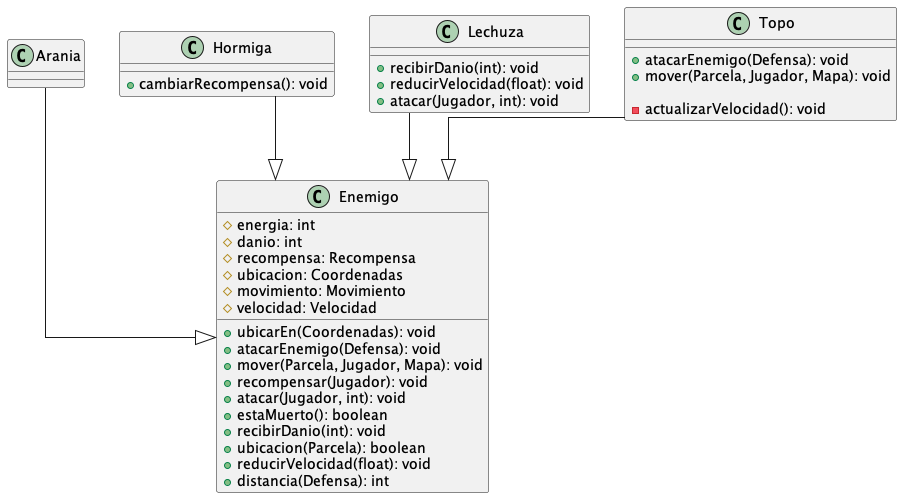
This is diagrams/classes/enemigo.png from franzimbi/algo3_tp2, a PlantUML export, as it was before one commit. The source it was exported from:
```plantuml
@startuml
top to bottom direction
skinparam linetype ortho

class Arania {
}
class Enemigo {
  # energia: int
  # danio: int
  # recompensa: Recompensa
  # ubicacion: Coordenadas
  # movimiento: Movimiento
  # velocidad: Velocidad

  + ubicarEn(Coordenadas): void
  + atacarEnemigo(Defensa): void
  + mover(Parcela, Jugador, Mapa): void
  + recompensar(Jugador): void
  + atacar(Jugador, int): void
  + estaMuerto(): boolean
  + recibirDanio(int): void
  + ubicacion(Parcela): boolean
  + reducirVelocidad(float): void
  + distancia(Defensa): int
}
class Hormiga {
  + cambiarRecompensa(): void
}
class Lechuza {
  + recibirDanio(int): void
  + reducirVelocidad(float): void
  + atacar(Jugador, int): void
}
class Topo {
  + atacarEnemigo(Defensa): void
  + mover(Parcela, Jugador, Mapa): void

  - actualizarVelocidad(): void
}

Arania   --|>  Enemigo
Hormiga  --|>  Enemigo
Lechuza  --|>  Enemigo
Topo     --|>  Enemigo
@enduml
```
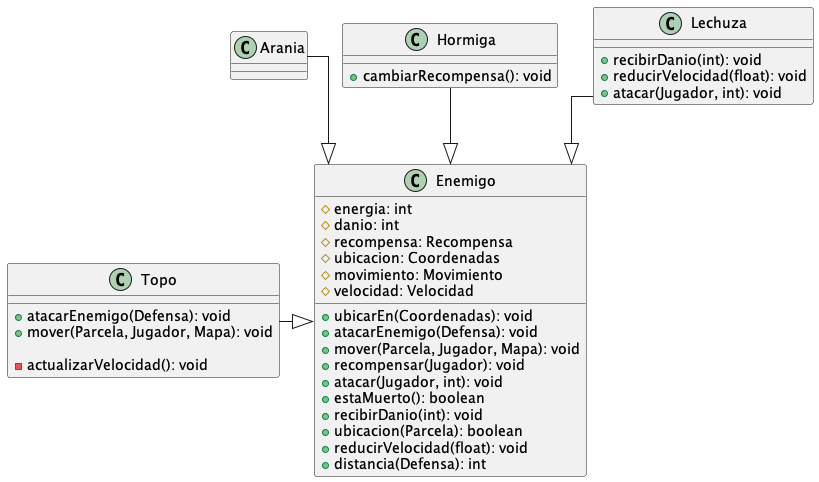
Above is the later version.

Diff of the diagram source:
```diff
@@ -41,5 +41,5 @@
 Arania   --|>  Enemigo
 Hormiga  --|>  Enemigo
 Lechuza  --|>  Enemigo
-Topo     --|>  Enemigo
+Topo     -|>  Enemigo
 @enduml
```
